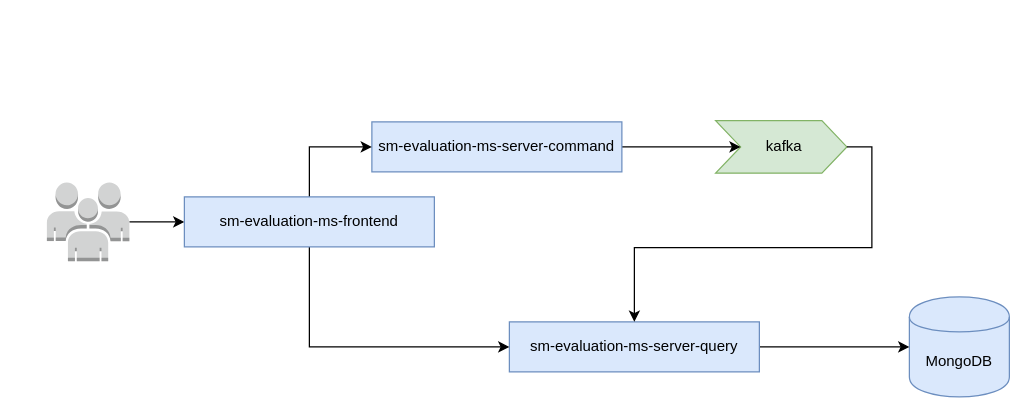
Earlier version of the draw.io diagram architecture.drawio (sebastian-misiewicz/sm-evaluation-microservices). Source tidied: cells renumbered, new cells numbered last; positions are measured from the earlier drawing's top-left corner, leaving out a move shared by most shapes. Both pictures are drawn from the tidied source at 125%, with x=0, y=0 at pixel (46, 120).
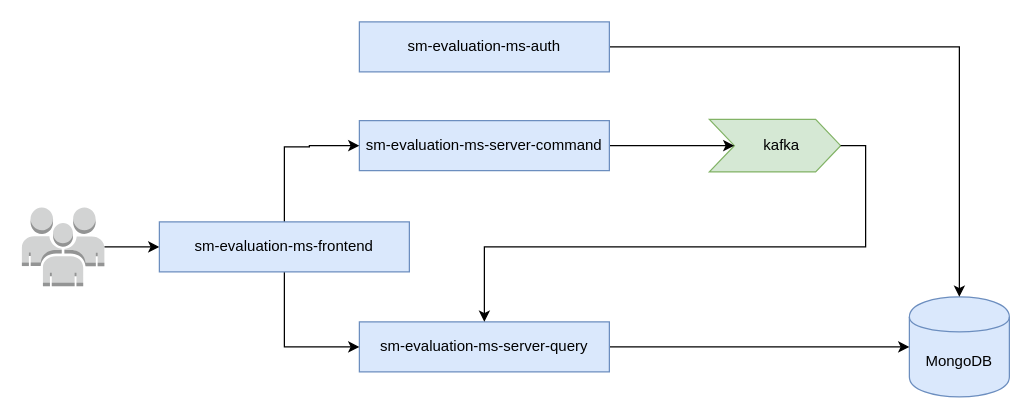
Above is the later version.

Change to the diagram source:
```diff
@@
 <mxGraphModel>
   <root>
     <mxCell id="0" />
     <mxCell id="1" parent="0" />
     <mxCell id="2" style="shape=step;perimeter=stepPerimeter;whiteSpace=wrap;html=1;fixedSize=1;fillColor=#d5e8d4;strokeColor=#82b366;" parent="1" vertex="1">
-      <mxGeometry x="535" width="105" height="42" as="geometry" />
+      <mxGeometry x="530" y="-1" width="105" height="42" as="geometry" />
     </mxCell>
     <mxCell id="3" value="MongoDB" style="shape=cylinder;whiteSpace=wrap;html=1;boundedLbl=1;backgroundOutline=1;fillColor=#dae8fc;strokeColor=#6c8ebf;" parent="1" vertex="1">
       <mxGeometry x="690" y="141" width="80" height="80" as="geometry" />
     </mxCell>
     <mxCell id="4" style="edgeStyle=orthogonalEdgeStyle;rounded=0;jettySize=auto;html=1;entryX=0;entryY=0.5;entryDx=0;entryDy=0;" parent="1" edge="1" source="5" target="2">
       <mxGeometry relative="1" as="geometry" />
     </mxCell>
     <mxCell id="5" value="sm-evaluation-ms-server-command" style="rounded=0;whiteSpace=wrap;html=1;fillColor=#dae8fc;strokeColor=#6c8ebf;" parent="1" vertex="1">
-      <mxGeometry x="260" y="1" width="200" height="40" as="geometry" />
+      <mxGeometry x="250" width="200" height="40" as="geometry" />
     </mxCell>
     <mxCell id="6" style="edgeStyle=orthogonalEdgeStyle;rounded=0;jettySize=auto;html=1;entryX=0;entryY=0.5;entryDx=0;entryDy=0;" parent="1" edge="1" source="7" target="3">
       <mxGeometry relative="1" as="geometry" />
     </mxCell>
     <mxCell id="7" value="sm-evaluation-ms-server-query" style="rounded=0;whiteSpace=wrap;html=1;fillColor=#dae8fc;strokeColor=#6c8ebf;" parent="1" vertex="1">
-      <mxGeometry x="370" y="161" width="200" height="40" as="geometry" />
+      <mxGeometry x="250" y="161" width="200" height="40" as="geometry" />
     </mxCell>
     <mxCell id="8" style="edgeStyle=orthogonalEdgeStyle;rounded=0;jettySize=auto;html=1;entryX=0;entryY=0.5;entryDx=0;entryDy=0;exitX=0.5;exitY=0;exitDx=0;exitDy=0;" parent="1" edge="1" source="12" target="5">
       <mxGeometry relative="1" as="geometry">
         <Array as="points">
           <mxPoint x="210" y="21" />
         </Array>
       </mxGeometry>
     </mxCell>
     <mxCell id="9" style="edgeStyle=orthogonalEdgeStyle;rounded=0;jettySize=auto;html=1;entryX=0;entryY=0.5;entryDx=0;entryDy=0;exitX=0.5;exitY=1;exitDx=0;exitDy=0;" parent="1" edge="1" source="12" target="7">
       <mxGeometry relative="1" as="geometry">
         <Array as="points">
-          <mxPoint x="210" y="181" />
+          <mxPoint x="190" y="181" />
         </Array>
       </mxGeometry>
     </mxCell>
     <mxCell id="10" style="edgeStyle=orthogonalEdgeStyle;rounded=0;jettySize=auto;html=1;entryX=0;entryY=0.5;entryDx=0;entryDy=0;" parent="1" edge="1" source="11" target="12">
       <mxGeometry relative="1" as="geometry" />
     </mxCell>
     <mxCell id="11" style="outlineConnect=0;dashed=0;verticalLabelPosition=bottom;verticalAlign=top;align=center;html=1;shape=mxgraph.aws3.users;fillColor=#D2D3D3;gradientColor=none;" parent="1" vertex="1">
-      <mxGeometry y="49.5" width="66" height="63" as="geometry" />
+      <mxGeometry x="-20" y="69.5" width="66" height="63" as="geometry" />
     </mxCell>
     <mxCell id="12" value="sm-evaluation-ms-frontend" style="rounded=0;whiteSpace=wrap;html=1;fillColor=#dae8fc;strokeColor=#6c8ebf;" parent="1" vertex="1">
-      <mxGeometry x="110" y="61" width="200" height="40" as="geometry" />
+      <mxGeometry x="90" y="81" width="200" height="40" as="geometry" />
     </mxCell>
     <mxCell id="13" style="edgeStyle=orthogonalEdgeStyle;rounded=0;jettySize=auto;html=1;exitX=1;exitY=0.5;exitDx=0;exitDy=0;" parent="1" edge="1" source="2" target="7">
       <mxGeometry relative="1" as="geometry" />
     </mxCell>
     <mxCell id="14" value="kafka" style="text;html=1;strokeColor=none;fillColor=none;align=center;verticalAlign=middle;whiteSpace=wrap;rounded=0;" parent="1" vertex="1">
-      <mxGeometry x="560" y="6" width="60" height="30" as="geometry" />
+      <mxGeometry x="557.5" y="5" width="60" height="30" as="geometry" />
     </mxCell>
+    <mxCell id="15" style="edgeStyle=orthogonalEdgeStyle;rounded=0;jettySize=auto;html=1;entryX=0.5;entryY=0;entryDx=0;entryDy=0;" parent="1" edge="1" source="16" target="3">
+      <mxGeometry relative="1" as="geometry" />
+    </mxCell>
+    <mxCell id="16" value="sm-evaluation-ms-auth" style="rounded=0;whiteSpace=wrap;html=1;fillColor=#dae8fc;strokeColor=#6c8ebf;" parent="1" vertex="1">
+      <mxGeometry x="250" y="-79" width="200" height="40" as="geometry" />
+    </mxCell>
   </root>
 </mxGraphModel>
```
